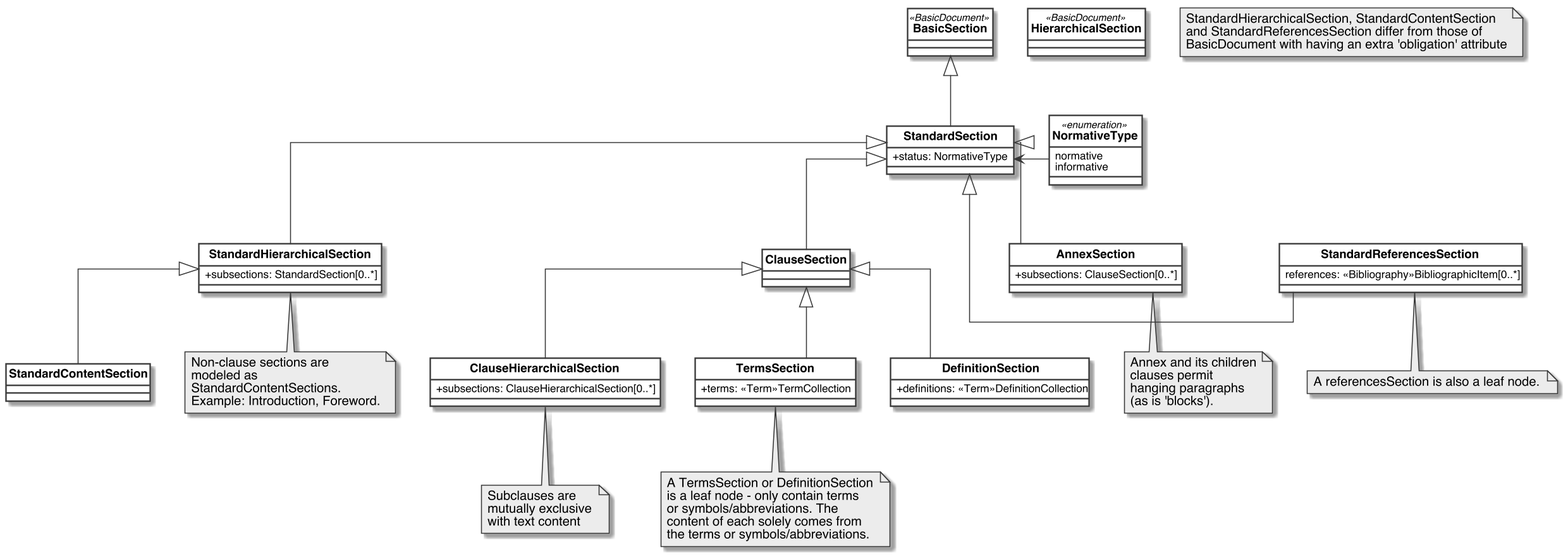
metanorma/standoc-models keeps this PlantUML diagram as standoc/images/StandardDoc_Sections.png. Above is the earlier version.
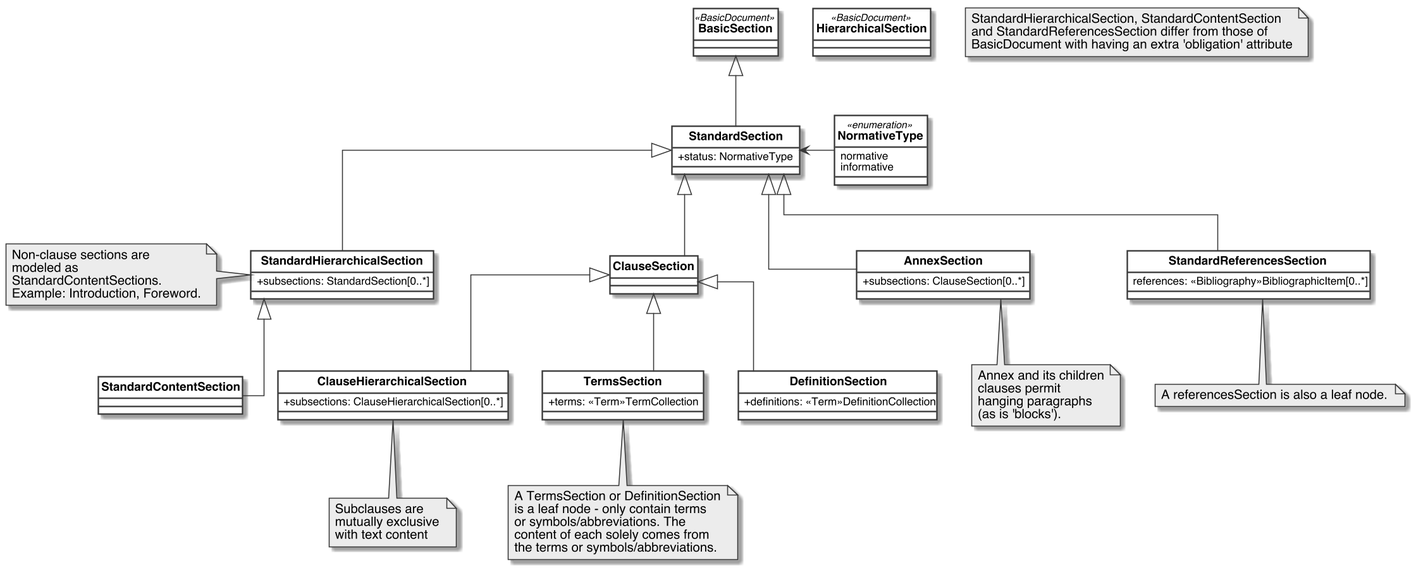
After the change.

What changed in the source:
```diff
@@ -79,7 +79,7 @@
 }
 
 note "StandardHierarchicalSection, StandardContentSection\nand StandardReferencesSection differ from those of\nBasicDocument with having an extra 'obligation' attribute" as N1
-note bottom of StandardHierarchicalSection: Non-clause sections are\nmodeled as\nStandardContentSections.\nExample: Introduction, Foreword.
+note left of StandardHierarchicalSection: Non-clause sections are\nmodeled as\nStandardContentSections.\nExample: Introduction, Foreword.
 note bottom of ClauseHierarchicalSection: Subclauses are\nmutually exclusive\nwith text content
 note bottom of TermsSection: A TermsSection or DefinitionSection\nis a leaf node - only contain terms\nor symbols/abbreviations. The\ncontent of each solely comes from\nthe terms or symbols/abbreviations.
 note bottom of AnnexSection: Annex and its children\nclauses permit\nhanging paragraphs\n(as is 'blocks').
```
